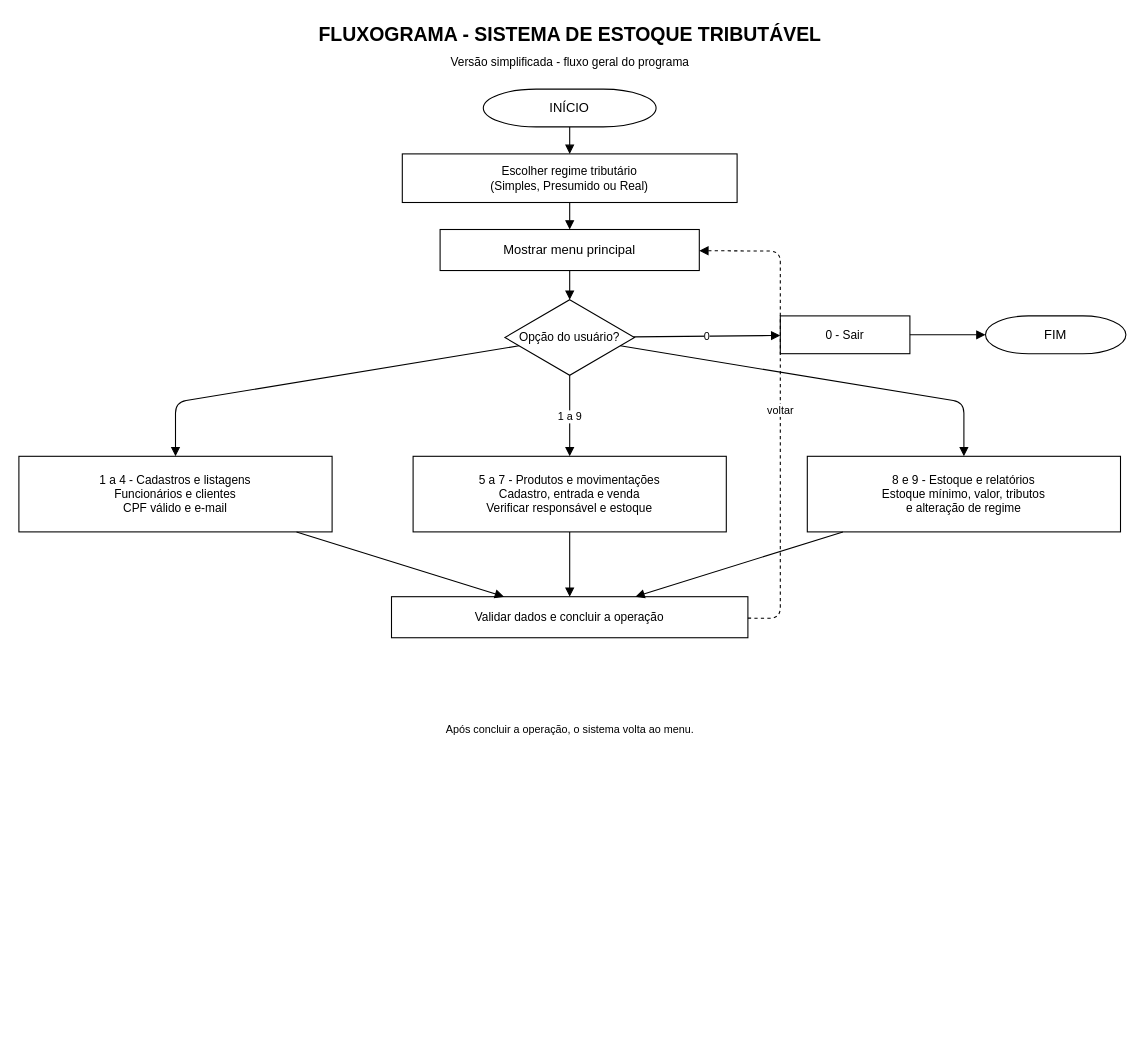
Earlier version of the draw.io diagram Fluxograma_PI_A4.drawio (xfcvw/sistema-estoque-tributavel). Source tidied: cells renumbered, new cells numbered last; positions are measured from the earlier drawing's top-left corner, leaving out a move shared by most shapes. Both pictures are drawn from the tidied source at 108%, with x=0, y=0 at pixel (18, 18).
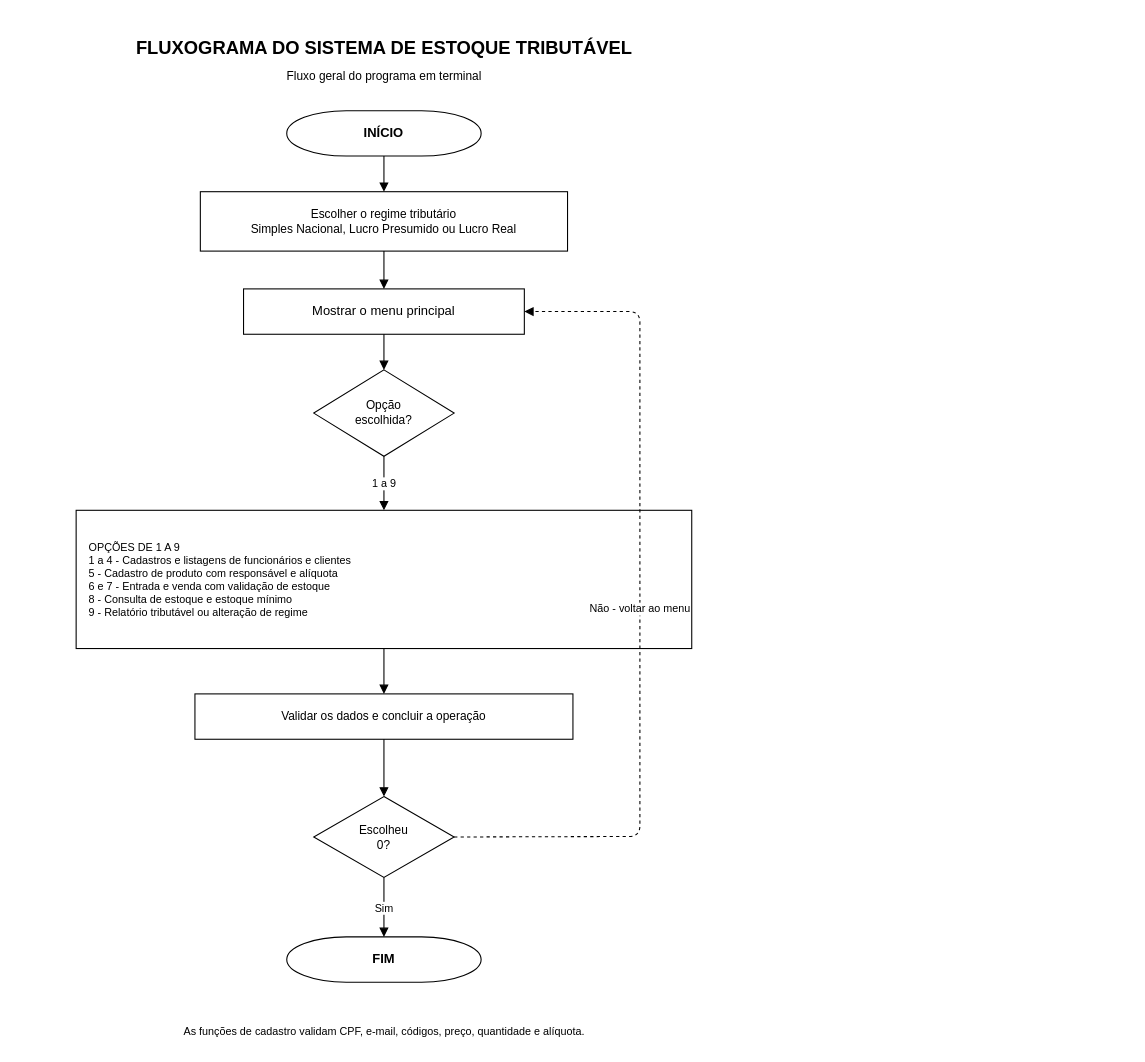
The same page after the edit.

Commit message:
fix: corrige fluxograma editável do projeto

Change to the diagram source:
```diff
@@
-    <mxCell id="2" value="FLUXOGRAMA - SISTEMA DE ESTOQUE TRIBUTÁVEL" style="text;html=1;align=center;verticalAlign=middle;fontSize=18;fontStyle=1;" parent="1" vertex="1">
-      <mxGeometry x="175" width="670" height="30" as="geometry" />
-    </mxCell>
-    <mxCell id="3" value="Versão simplificada - fluxo geral do programa" style="text;html=1;align=center;verticalAlign=middle;fontSize=11;" parent="1" vertex="1">
-      <mxGeometry x="175" y="30" width="670" height="20" as="geometry" />
-    </mxCell>
+    <mxCell id="27" value="FLUXOGRAMA DO SISTEMA DE ESTOQUE TRIBUTÁVEL" style="text;html=1;align=center;verticalAlign=middle;fontSize=17;fontStyle=1;fontColor=#000000;" parent="1" vertex="1">
+      <mxGeometry x="38" y="13" width="600" height="30" as="geometry" />
+    </mxCell>
+    <mxCell id="28" value="Fluxo geral do programa em terminal" style="text;html=1;align=center;verticalAlign=middle;fontSize=11;fontColor=#000000;" parent="1" vertex="1">
+      <mxGeometry x="38" y="43" width="600" height="20" as="geometry" />
+    </mxCell>
-    <mxCell id="4" value="INÍCIO" style="shape=mxgraph.flowchart.terminator;whiteSpace=wrap;html=1;fillColor=#FFFFFF;strokeColor=#000000;fontSize=12;" parent="1" vertex="1">
-      <mxGeometry x="430" y="65" width="160" height="35" as="geometry" />
+    <mxCell id="4" value="INÍCIO" style="shape=mxgraph.flowchart.terminator;whiteSpace=wrap;html=1;fillColor=#FFFFFF;strokeColor=#000000;fontColor=#000000;fontStyle=1;" parent="1" vertex="1">
+      <mxGeometry x="248" y="85" width="180" height="42" as="geometry" />
     </mxCell>
-    <mxCell id="5" value="Escolher regime tributário&#10;(Simples, Presumido ou Real)" style="whiteSpace=wrap;html=1;fillColor=#FFFFFF;strokeColor=#000000;fontSize=11;" parent="1" vertex="1">
-      <mxGeometry x="355" y="125" width="310" height="45" as="geometry" />
+    <mxCell id="5" value="Escolher o regime tributário&lt;br&gt;Simples Nacional, Lucro Presumido ou Lucro Real" style="rounded=0;whiteSpace=wrap;html=1;fillColor=#FFFFFF;strokeColor=#000000;fontColor=#000000;fontSize=11;" parent="1" vertex="1">
+      <mxGeometry x="168" y="160" width="340" height="55" as="geometry" />
     </mxCell>
-    <mxCell id="6" value="Mostrar menu principal" style="whiteSpace=wrap;html=1;fillColor=#FFFFFF;strokeColor=#000000;fontSize=12;" parent="1" vertex="1">
-      <mxGeometry x="390" y="195" width="240" height="38" as="geometry" />
+    <mxCell id="6" value="Mostrar o menu principal" style="rounded=0;whiteSpace=wrap;html=1;fillColor=#FFFFFF;strokeColor=#000000;fontColor=#000000;fontSize=12;" parent="1" vertex="1">
+      <mxGeometry x="208" y="250" width="260" height="42" as="geometry" />
     </mxCell>
-    <mxCell id="7" value="Opção do usuário?" style="rhombus;whiteSpace=wrap;html=1;fillColor=#FFFFFF;strokeColor=#000000;fontSize=11;" parent="1" vertex="1">
-      <mxGeometry x="450" y="260" width="120" height="70" as="geometry" />
-    </mxCell>
-    <mxCell id="8" value="1 a 4 - Cadastros e listagens&#10;Funcionários e clientes&#10;CPF válido e e-mail" style="whiteSpace=wrap;html=1;fillColor=#FFFFFF;strokeColor=#000000;fontSize=11;" parent="1" vertex="1">
-      <mxGeometry y="405" width="290" height="70" as="geometry" />
-    </mxCell>
-    <mxCell id="9" value="5 a 7 - Produtos e movimentações&#10;Cadastro, entrada e venda&#10;Verificar responsável e estoque" style="whiteSpace=wrap;html=1;fillColor=#FFFFFF;strokeColor=#000000;fontSize=11;" parent="1" vertex="1">
-      <mxGeometry x="365" y="405" width="290" height="70" as="geometry" />
-    </mxCell>
-    <mxCell id="10" value="8 e 9 - Estoque e relatórios&#10;Estoque mínimo, valor, tributos&#10;e alteração de regime" style="whiteSpace=wrap;html=1;fillColor=#FFFFFF;strokeColor=#000000;fontSize=11;" parent="1" vertex="1">
-      <mxGeometry x="730" y="405" width="290" height="70" as="geometry" />
-    </mxCell>
-    <mxCell id="11" value="Validar dados e concluir a operação" style="whiteSpace=wrap;html=1;fillColor=#FFFFFF;strokeColor=#000000;fontSize=11;" parent="1" vertex="1">
-      <mxGeometry x="345" y="535" width="330" height="38" as="geometry" />
-    </mxCell>
-    <mxCell id="12" value="0 - Sair" style="whiteSpace=wrap;html=1;fillColor=#FFFFFF;strokeColor=#000000;fontSize=11;" parent="1" vertex="1">
-      <mxGeometry x="705" y="275" width="120" height="35" as="geometry" />
-    </mxCell>
+    <mxCell id="29" value="Opção&lt;br&gt;escolhida?" style="rhombus;whiteSpace=wrap;html=1;fillColor=#FFFFFF;strokeColor=#000000;fontColor=#000000;fontSize=11;" parent="1" vertex="1">
+      <mxGeometry x="273" y="325" width="130" height="80" as="geometry" />
+    </mxCell>
+    <mxCell id="30" value="OPÇÕES DE 1 A 9&lt;br&gt;1 a 4 - Cadastros e listagens de funcionários e clientes&lt;br&gt;5 - Cadastro de produto com responsável e alíquota&lt;br&gt;6 e 7 - Entrada e venda com validação de estoque&lt;br&gt;8 - Consulta de estoque e estoque mínimo&lt;br&gt;9 - Relatório tributável ou alteração de regime" style="rounded=0;whiteSpace=wrap;html=1;fillColor=#FFFFFF;strokeColor=#000000;fontColor=#000000;fontSize=10;align=left;spacingLeft=10;" parent="1" vertex="1">
+      <mxGeometry x="53" y="455" width="570" height="128" as="geometry" />
+    </mxCell>
+    <mxCell id="31" value="Validar os dados e concluir a operação" style="rounded=0;whiteSpace=wrap;html=1;fillColor=#FFFFFF;strokeColor=#000000;fontColor=#000000;fontSize=11;" parent="1" vertex="1">
+      <mxGeometry x="163" y="625" width="350" height="42" as="geometry" />
+    </mxCell>
+    <mxCell id="32" value="Escolheu&lt;br&gt;0?" style="rhombus;whiteSpace=wrap;html=1;fillColor=#FFFFFF;strokeColor=#000000;fontColor=#000000;fontSize=11;" parent="1" vertex="1">
+      <mxGeometry x="273" y="720" width="130" height="75" as="geometry" />
+    </mxCell>
-    <mxCell id="13" value="FIM" style="shape=mxgraph.flowchart.terminator;whiteSpace=wrap;html=1;fillColor=#FFFFFF;strokeColor=#000000;fontSize=12;" parent="1" vertex="1">
-      <mxGeometry x="895" y="275" width="130" height="35" as="geometry" />
+    <mxCell id="13" value="FIM" style="shape=mxgraph.flowchart.terminator;whiteSpace=wrap;html=1;fillColor=#FFFFFF;strokeColor=#000000;fontColor=#000000;fontStyle=1;" parent="1" vertex="1">
+      <mxGeometry x="248" y="850" width="180" height="42" as="geometry" />
     </mxCell>
-    <mxCell id="14" value="Após concluir a operação, o sistema volta ao menu." style="text;html=1;align=center;verticalAlign=middle;fontSize=10;" parent="1" vertex="1">
-      <mxGeometry x="320" y="645" width="380" height="25" as="geometry" />
-    </mxCell>
@@
-    <mxCell id="17" style="endArrow=block;html=1;strokeColor=#000000;" parent="1" edge="1" source="6" target="7">
+    <mxCell id="17" style="endArrow=block;html=1;strokeColor=#000000;" parent="1" edge="1" source="6" target="29">
       <mxGeometry relative="1" as="geometry" />
     </mxCell>
-    <mxCell id="18" value="1 a 9" style="endArrow=block;html=1;strokeColor=#000000;fontSize=10;" parent="1" edge="1" source="7" target="9">
+    <mxCell id="18" value="1 a 9" style="endArrow=block;html=1;strokeColor=#000000;fontSize=10;" parent="1" edge="1" source="29" target="30">
       <mxGeometry relative="1" as="geometry" />
     </mxCell>
-    <mxCell id="19" style="endArrow=block;html=1;strokeColor=#000000;" parent="1" edge="1" source="7" target="8">
-      <mxGeometry relative="1" as="geometry">
-        <Array as="points">
-          <mxPoint x="145" y="355" />
-        </Array>
-      </mxGeometry>
+    <mxCell id="19" style="endArrow=block;html=1;strokeColor=#000000;" parent="1" edge="1" source="30" target="31">
+      <mxGeometry relative="1" as="geometry" />
     </mxCell>
-    <mxCell id="20" style="endArrow=block;html=1;strokeColor=#000000;" parent="1" edge="1" source="7" target="10">
-      <mxGeometry relative="1" as="geometry">
-        <Array as="points">
-          <mxPoint x="875" y="355" />
-        </Array>
-      </mxGeometry>
+    <mxCell id="20" style="endArrow=block;html=1;strokeColor=#000000;" parent="1" edge="1" source="31" target="32">
+      <mxGeometry relative="1" as="geometry" />
     </mxCell>
-    <mxCell id="21" style="endArrow=block;html=1;strokeColor=#000000;" parent="1" edge="1" source="8" target="11">
+    <mxCell id="21" value="Sim" style="endArrow=block;html=1;strokeColor=#000000;fontSize=10;" parent="1" edge="1" source="32" target="13">
       <mxGeometry relative="1" as="geometry" />
     </mxCell>
-    <mxCell id="22" style="endArrow=block;html=1;strokeColor=#000000;" parent="1" edge="1" source="9" target="11">
-      <mxGeometry relative="1" as="geometry" />
+    <mxCell id="22" value="Não - voltar ao menu" style="endArrow=block;html=1;strokeColor=#000000;dashed=1;fontSize=10;exitX=1;exitY=0.5;entryX=1;entryY=0.5;" parent="1" edge="1" source="32" target="6">
+      <mxGeometry relative="1" as="geometry">
+        <Array as="points">
+          <mxPoint x="575" y="757" />
+          <mxPoint x="575" y="271" />
+        </Array>
+      </mxGeometry>
     </mxCell>
-    <mxCell id="23" style="endArrow=block;html=1;strokeColor=#000000;" parent="1" edge="1" source="10" target="11">
-      <mxGeometry relative="1" as="geometry" />
-    </mxCell>
-    <mxCell id="24" value="voltar" style="endArrow=block;html=1;strokeColor=#000000;fontSize=10;dashed=1;" parent="1" edge="1" source="11" target="6">
-      <mxGeometry relative="1" as="geometry">
-        <Array as="points">
-          <mxPoint x="705" y="555" />
-          <mxPoint x="705" y="215" />
-        </Array>
-      </mxGeometry>
-    </mxCell>
-    <mxCell id="25" value="0" style="endArrow=block;html=1;strokeColor=#000000;fontSize=10;" parent="1" edge="1" source="7" target="12">
-      <mxGeometry relative="1" as="geometry" />
-    </mxCell>
-    <mxCell id="26" style="endArrow=block;html=1;strokeColor=#000000;" parent="1" edge="1" source="12" target="13">
-      <mxGeometry relative="1" as="geometry" />
-    </mxCell>
+    <mxCell id="33" value="As funções de cadastro validam CPF, e-mail, códigos, preço, quantidade e alíquota." style="text;html=1;align=center;verticalAlign=middle;fontSize=10;fontColor=#000000;" parent="1" vertex="1">
+      <mxGeometry x="53" y="925" width="570" height="24" as="geometry" />
+    </mxCell>
```
